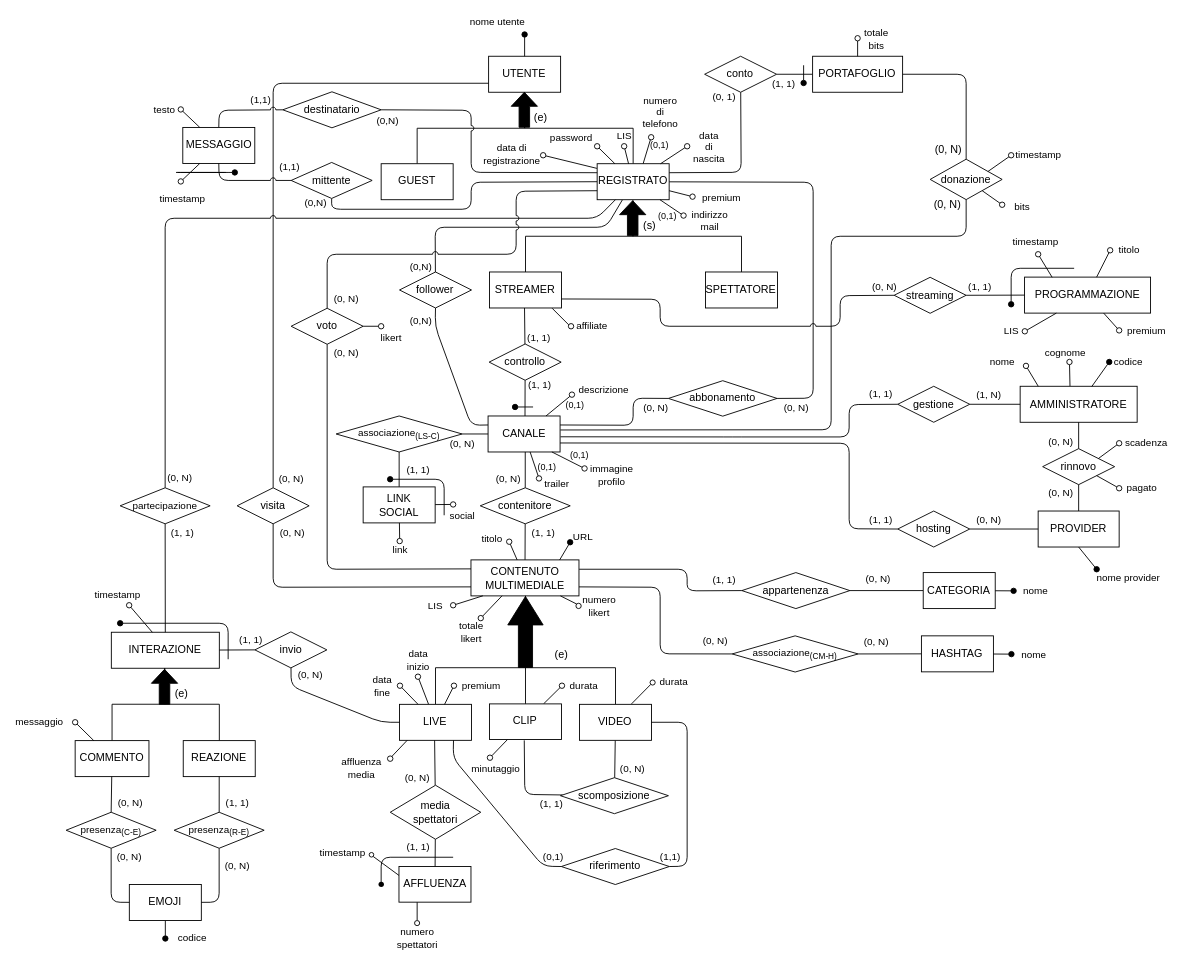
The draw.io diagram Progetto Esame - DBSperimentazioni A.A. 2023-2024/Diagrammi/1.5 Schema E-R.drawio in Mattron2000/Basi_di_dati, before the edit. Source tidied: cells renumbered, new cells numbered last; positions are measured from the earlier drawing's top-left corner, leaving out a move shared by most shapes. Both pictures are drawn from the tidied source at 90%, with x=0, y=0 at pixel (66, 34).
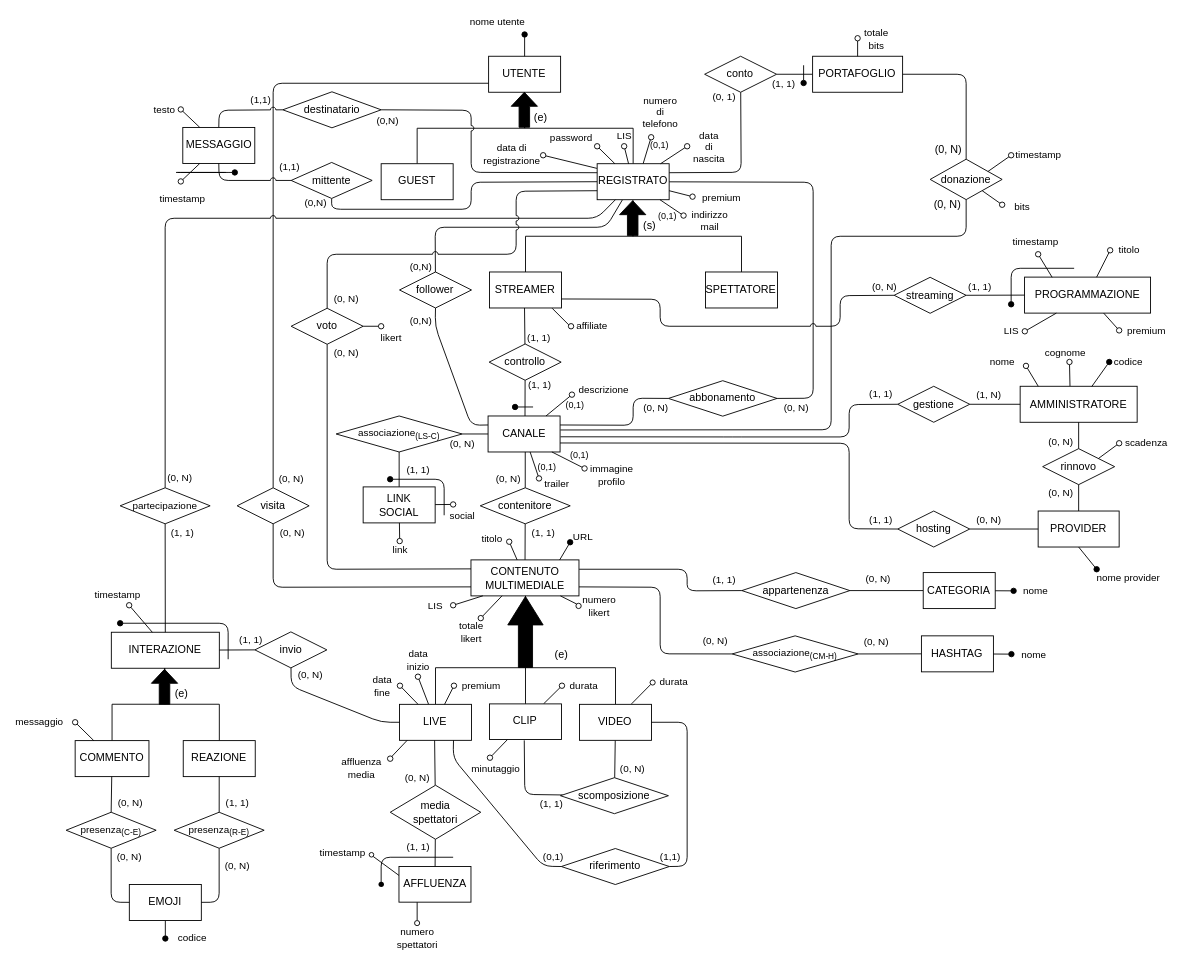
The same page after the edit.

Commit message (it also covers changes not shown here):
Corretto schemi ER + eliminato file partizionamenti non necessari + commentato tracce prof

The change refers to these unchanged cells:
```xml
<mxCell id="243" value="rinnovo" style="rhombus;whiteSpace=wrap;html=1;" parent="1" vertex="1">
  <mxGeometry x="1085" y="460" width="80" height="40" as="geometry" />
</mxCell>
```

The edit, as a diff of the source:
```diff
@@
-    <mxCell id="257" style="endArrow=oval;html=1;fillStyle=auto;strokeWidth=1;startSize=6;endSize=6;fillColor=#000000;startArrow=none;startFill=0;endFill=0;exitX=1;exitY=1;exitDx=0;exitDy=0;fontSize=11;" parent="1" edge="1" source="243">
-      <mxGeometry relative="1" as="geometry">
-        <mxPoint x="1170" y="504" as="targetPoint" />
-      </mxGeometry>
-    </mxCell>
-    <mxCell id="258" value="pagato" style="text;html=1;align=center;verticalAlign=middle;strokeColor=none;fillColor=none;fontSize=11;" parent="1" vertex="1">
-      <mxGeometry x="1165" y="488.8" width="60" height="30" as="geometry" />
-    </mxCell>
```
